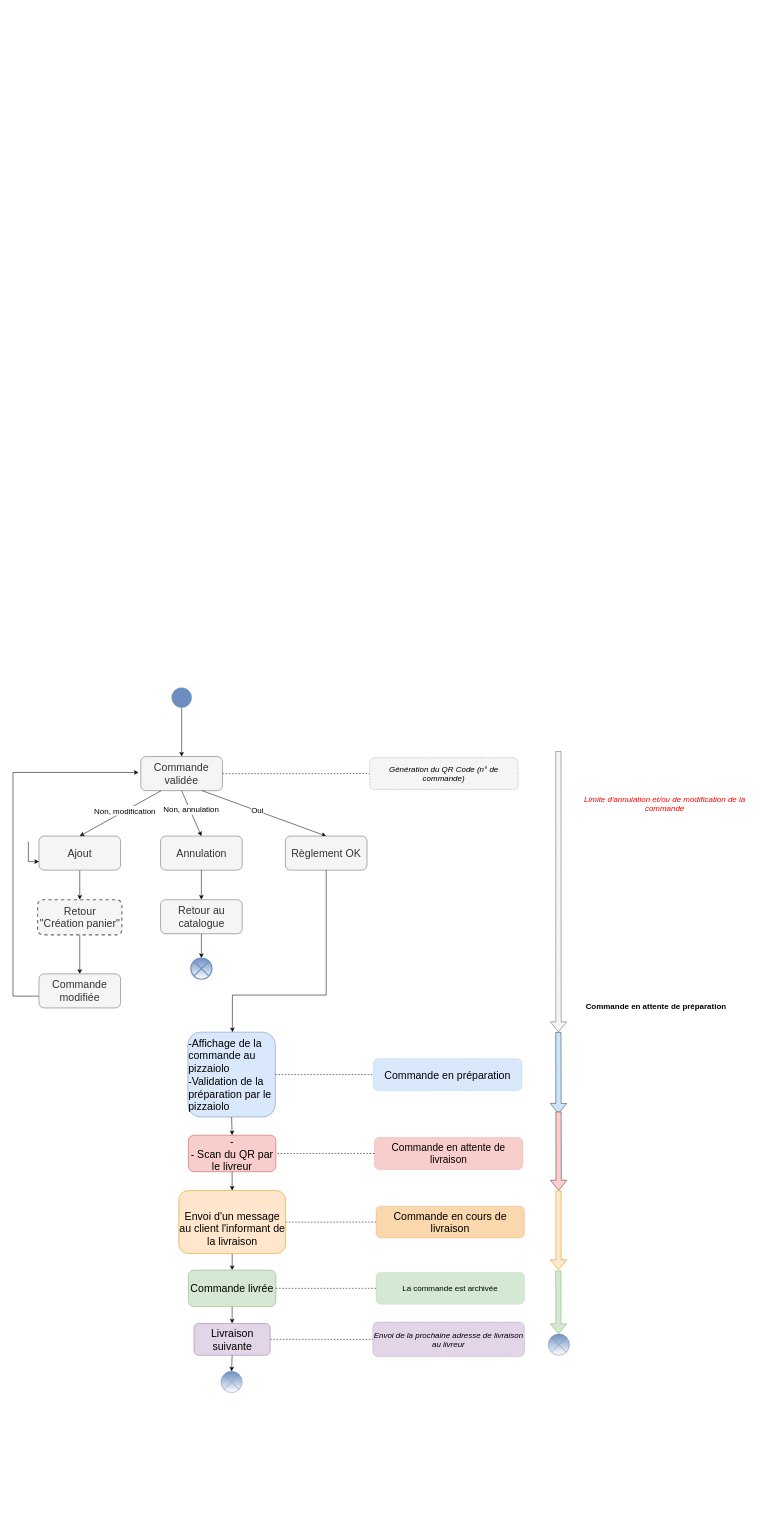
This is Client/Modif/Annulation.drawio from OMorlotti/P4-analyser-les-besoin-de-mon-client-pour-son-groupe-de-pizzerias, a draw.io file, before an edit. Source tidied: cells renumbered, new cells numbered last; positions are measured from the earlier drawing's top-left corner, leaving out a move shared by most shapes. Both pictures are drawn from the tidied source at 53%, with x=0, y=0 at pixel (13, 9).
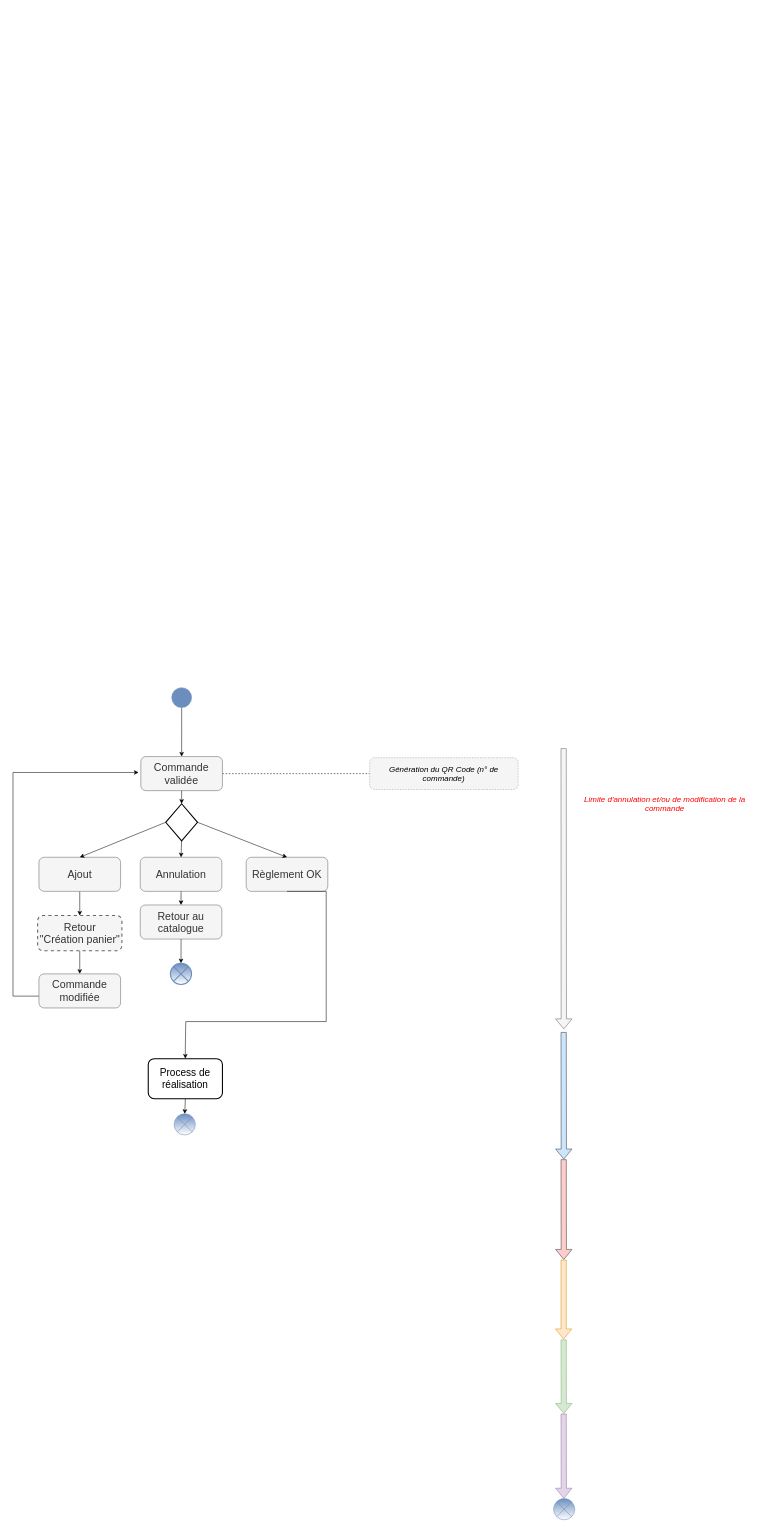
After the change.

The change refers to these unchanged cells:
```xml
<mxCell id="3" value="&lt;font style=&quot;font-size: 20px&quot;&gt;Commande validée&lt;/font&gt;" style="rounded=1;whiteSpace=wrap;html=1;direction=north;fillColor=#f5f5f5;strokeColor=#666666;fontColor=#333333;" parent="1" vertex="1">
  <mxGeometry x="241.2" y="1410" width="154" height="64.3" as="geometry" />
</mxCell>
```

What changed in the source:
```diff
@@
-    <mxCell id="4" value="&lt;div style=&quot;text-align: left&quot;&gt;&lt;span style=&quot;font-size: 20px&quot;&gt;-Affichage de la commande au pizzaiolo&lt;/span&gt;&lt;/div&gt;&lt;font style=&quot;font-size: 20px&quot;&gt;&lt;div style=&quot;text-align: left&quot;&gt;&lt;span&gt;-Validation de la préparation par le pizzaiolo&lt;/span&gt;&lt;/div&gt;&lt;/font&gt;" style="rounded=1;whiteSpace=wrap;html=1;direction=north;fillColor=#dae8fc;strokeColor=#6c8ebf;" parent="1" vertex="1">
-      <mxGeometry x="330" y="1930" width="165" height="160" as="geometry" />
-    </mxCell>
-    <mxCell id="5" value="&lt;span style=&quot;font-size: 20px&quot;&gt;-&lt;br&gt;- Scan du QR par le livreur&lt;br&gt;&lt;/span&gt;" style="rounded=1;whiteSpace=wrap;html=1;direction=north;fillColor=#f8cecc;strokeColor=#b85450;" parent="1" vertex="1">
-      <mxGeometry x="331" y="2124.4" width="165" height="68.9" as="geometry" />
-    </mxCell>
-    <mxCell id="6" style="edgeStyle=orthogonalEdgeStyle;rounded=0;jettySize=auto;html=1;startArrow=none;startFill=0;endArrow=classic;endFill=1;strokeWidth=1;" parent="1" edge="1" source="8" target="10">
-      <mxGeometry relative="1" as="geometry" />
-    </mxCell>
-    <mxCell id="7" style="edgeStyle=orthogonalEdgeStyle;rounded=1;jettySize=auto;html=1;startArrow=none;startFill=0;endArrow=none;endFill=0;entryX=0.5;entryY=0;entryDx=0;entryDy=0;dashed=1;" parent="1" edge="1" source="8" target="27">
-      <mxGeometry relative="1" as="geometry" />
-    </mxCell>
-    <mxCell id="8" value="&lt;font style=&quot;font-size: 20px&quot;&gt;&lt;br style=&quot;color: rgb(0 , 0 , 0) ; font-family: &amp;#34;helvetica&amp;#34; ; font-style: normal ; font-weight: 400 ; letter-spacing: normal ; text-align: center ; text-indent: 0px ; text-transform: none ; word-spacing: 0px&quot;&gt;&lt;span style=&quot;color: rgb(0 , 0 , 0) ; font-family: &amp;#34;helvetica&amp;#34; ; font-style: normal ; font-weight: 400 ; letter-spacing: normal ; text-align: center ; text-indent: 0px ; text-transform: none ; word-spacing: 0px ; display: inline ; float: none&quot;&gt;Envoi d'un message au client l'informant de la livraison&lt;/span&gt;&lt;/font&gt;" style="rounded=1;whiteSpace=wrap;html=1;direction=north;fillColor=#ffe6cc;strokeColor=#d79b00;" parent="1" vertex="1">
-      <mxGeometry x="312.8" y="2228.9" width="201.5" height="118.9" as="geometry" />
-    </mxCell>
-    <mxCell id="9" style="edgeStyle=orthogonalEdgeStyle;rounded=0;jettySize=auto;html=1;" parent="1" edge="1" source="10" target="12">
-      <mxGeometry relative="1" as="geometry" />
-    </mxCell>
-    <mxCell id="10" value="&lt;span style=&quot;font-size: 20px&quot;&gt;Commande livrée&lt;/span&gt;" style="rounded=1;whiteSpace=wrap;html=1;direction=north;fillColor=#d5e8d4;strokeColor=#82b366;" parent="1" vertex="1">
-      <mxGeometry x="331" y="2378.9" width="165" height="68.9" as="geometry" />
-    </mxCell>
-    <mxCell id="11" style="edgeStyle=orthogonalEdgeStyle;rounded=0;jettySize=auto;html=1;dashed=1;endArrow=none;endFill=0;" parent="1" edge="1" source="12" target="13">
-      <mxGeometry relative="1" as="geometry" />
-    </mxCell>
-    <mxCell id="12" value="&lt;span style=&quot;font-size: 20px&quot;&gt;Livraison suivante&lt;/span&gt;" style="rounded=1;whiteSpace=wrap;html=1;direction=north;fillColor=#e1d5e7;strokeColor=#9673a6;" parent="1" vertex="1">
-      <mxGeometry x="341.6" y="2479.6" width="143.7" height="60" as="geometry" />
-    </mxCell>
-    <mxCell id="13" value="&lt;font style=&quot;font-size: 15px&quot;&gt;&lt;i&gt;Envoi de la prochaine adresse de livraison au livreur&lt;/i&gt;&lt;/font&gt;" style="rounded=1;whiteSpace=wrap;html=1;direction=north;fillColor=#e1d5e7;strokeColor=#9673a6;dashed=1;dashPattern=1 1;" parent="1" vertex="1">
-      <mxGeometry x="679" y="2477" width="286" height="65.1" as="geometry" />
-    </mxCell>
@@
     <mxCell id="15" style="shape=flexArrow;endArrow=classic;html=1;fillColor=#cce5ff;strokeColor=#36393d;" parent="1" edge="1">
       <mxGeometry relative="1" as="geometry">
-        <mxPoint x="1029" y="1930" as="sourcePoint" />
-        <mxPoint x="1029.3" y="2084" as="targetPoint" />
+        <mxPoint x="1039" y="1930" as="sourcePoint" />
+        <mxPoint x="1039.3" y="2170" as="targetPoint" />
       </mxGeometry>
     </mxCell>
-    <mxCell id="16" value="&lt;font style=&quot;font-size: 15px&quot;&gt;Commande en attente de préparation&lt;/font&gt;" style="text;html=1;align=center;verticalAlign=middle;labelBackgroundColor=#ffffff;rotation=0;fontStyle=1;" parent="15" vertex="1">
-      <mxGeometry x="-0.73" y="4" relative="1" as="geometry">
-        <mxPoint x="179" y="-70" as="offset" />
-      </mxGeometry>
-    </mxCell>
     <mxCell id="17" style="shape=flexArrow;endArrow=classic;html=1;fillColor=#f5f5f5;strokeColor=#666666;" parent="1" edge="1">
       <mxGeometry relative="1" as="geometry">
-        <mxPoint x="1029" y="1400" as="sourcePoint" />
-        <mxPoint x="1029.3" y="1930" as="targetPoint" />
+        <mxPoint x="1039" y="1394.4" as="sourcePoint" />
+        <mxPoint x="1039.3" y="1924.4" as="targetPoint" />
       </mxGeometry>
     </mxCell>
     <mxCell id="18" style="shape=flexArrow;endArrow=classic;html=1;fillColor=#ffcccc;strokeColor=#36393d;" parent="1" edge="1">
       <mxGeometry relative="1" as="geometry">
-        <mxPoint x="1029.3" y="2080" as="sourcePoint" />
-        <mxPoint x="1029.6" y="2228.9" as="targetPoint" />
+        <mxPoint x="1039" y="2170" as="sourcePoint" />
+        <mxPoint x="1039.3" y="2359.4" as="targetPoint" />
       </mxGeometry>
     </mxCell>
     <mxCell id="19" style="shape=flexArrow;endArrow=classic;html=1;fillColor=#ffe6cc;strokeColor=#d79b00;" parent="1" edge="1">
       <mxGeometry relative="1" as="geometry">
-        <mxPoint x="1029.3" y="2228.9" as="sourcePoint" />
-        <mxPoint x="1029.3" y="2378.9" as="targetPoint" />
+        <mxPoint x="1039" y="2359.4" as="sourcePoint" />
+        <mxPoint x="1039" y="2509.4" as="targetPoint" />
       </mxGeometry>
     </mxCell>
     <mxCell id="20" style="shape=flexArrow;endArrow=classic;html=1;fillColor=#d5e8d4;strokeColor=#82b366;" parent="1" edge="1">
       <mxGeometry relative="1" as="geometry">
-        <mxPoint x="1029" y="2380" as="sourcePoint" />
-        <mxPoint x="1029.3" y="2499.6" as="targetPoint" />
+        <mxPoint x="1039" y="2510" as="sourcePoint" />
+        <mxPoint x="1039.3" y="2650" as="targetPoint" />
       </mxGeometry>
     </mxCell>
@@
     <mxCell id="23" style="shape=sumEllipse;perimeter=ellipsePerimeter;whiteSpace=wrap;html=1;backgroundOutline=1;fillColor=#6C8EBF;gradientColor=#ffffff;strokeColor=#6C8EBF;" parent="1" vertex="1">
-      <mxGeometry x="392.5" y="2570" width="40" height="40" as="geometry" />
+      <mxGeometry x="304.1" y="2084" width="40" height="40" as="geometry" />
     </mxCell>
-    <mxCell id="24" value="&lt;span style=&quot;font-size: 20px&quot;&gt;Commande en préparation&lt;/span&gt;" style="rounded=1;whiteSpace=wrap;html=1;direction=north;fillColor=#dae8fc;strokeColor=#6c8ebf;dashed=1;dashPattern=1 2;" parent="1" vertex="1">
-      <mxGeometry x="680" y="1980" width="280" height="60" as="geometry" />
-    </mxCell>
-    <mxCell id="25" value="&lt;font style=&quot;font-size: 19px&quot;&gt;Commande en attente de livraison&lt;br&gt;&lt;/font&gt;" style="rounded=1;whiteSpace=wrap;html=1;direction=north;fillColor=#f8cecc;strokeColor=#b85450;dashed=1;dashPattern=1 2;" parent="1" vertex="1">
-      <mxGeometry x="682" y="2128.9" width="280" height="60" as="geometry" />
-    </mxCell>
-    <mxCell id="26" style="endArrow=classic;html=1;entryX=0.5;entryY=0;entryDx=0;entryDy=0;exitX=0;exitY=0.5;exitDx=0;exitDy=0;" parent="1" edge="1" source="12" target="23">
-      <mxGeometry relative="1" as="geometry" />
-    </mxCell>
-    <mxCell id="27" value="&lt;font&gt;&lt;font style=&quot;font-size: 20px&quot;&gt;Commande en cours de livraison&lt;/font&gt;&lt;br&gt;&lt;/font&gt;" style="rounded=1;whiteSpace=wrap;html=1;direction=north;fillColor=#fad7ac;strokeColor=#b46504;dashed=1;dashPattern=1 2;" parent="1" vertex="1">
-      <mxGeometry x="685" y="2258.3" width="280" height="60" as="geometry" />
-    </mxCell>
-    <mxCell id="28" style="endArrow=none;html=1;entryX=0.5;entryY=0;entryDx=0;entryDy=0;exitX=0.5;exitY=1;exitDx=0;exitDy=0;dashed=1;" parent="1" edge="1" source="4" target="24">
-      <mxGeometry relative="1" as="geometry" />
-    </mxCell>
-    <mxCell id="29" style="endArrow=none;html=1;dashed=1;entryX=0.5;entryY=1;entryDx=0;entryDy=0;exitX=0.5;exitY=0;exitDx=0;exitDy=0;" parent="1" edge="1" source="25" target="5">
-      <mxGeometry relative="1" as="geometry" />
-    </mxCell>
-    <mxCell id="30" value="&lt;font style=&quot;font-size: 15px&quot;&gt;La commande est archivée&lt;/font&gt;" style="rounded=1;whiteSpace=wrap;html=1;direction=north;fillColor=#d5e8d4;strokeColor=#82b366;dashed=1;dashPattern=1 2;" parent="1" vertex="1">
-      <mxGeometry x="685" y="2383.3" width="280" height="60" as="geometry" />
-    </mxCell>
-    <mxCell id="31" style="endArrow=classic;html=1;entryX=1;entryY=0.5;entryDx=0;entryDy=0;exitX=0;exitY=0.5;exitDx=0;exitDy=0;" parent="1" edge="1" source="4" target="5">
-      <mxGeometry relative="1" as="geometry" />
-    </mxCell>
-    <mxCell id="32" style="endArrow=classic;html=1;entryX=1;entryY=0.5;entryDx=0;entryDy=0;exitX=0;exitY=0.5;exitDx=0;exitDy=0;" parent="1" edge="1" source="5" target="8">
-      <mxGeometry relative="1" as="geometry" />
-    </mxCell>
-    <mxCell id="33" style="endArrow=none;html=1;entryX=0.5;entryY=0;entryDx=0;entryDy=0;exitX=0.5;exitY=1;exitDx=0;exitDy=0;dashed=1;rounded=0;" parent="1" edge="1" source="10" target="30">
-      <mxGeometry relative="1" as="geometry" />
-    </mxCell>
     <mxCell id="34" style="shape=sumEllipse;perimeter=ellipsePerimeter;whiteSpace=wrap;html=1;backgroundOutline=1;fillColor=#6C8EBF;gradientColor=#ffffff;strokeColor=#6C8EBF;" parent="1" vertex="1">
-      <mxGeometry x="1010" y="2499.6" width="40" height="40" as="geometry" />
+      <mxGeometry x="1020" y="2810" width="40" height="40" as="geometry" />
     </mxCell>
@@
-    <mxCell id="37" style="endArrow=classic;html=1;exitX=0;exitY=0.75;exitDx=0;exitDy=0;entryX=1;entryY=0.5;entryDx=0;entryDy=0;" parent="1" edge="1" source="3" target="42">
-      <mxGeometry relative="1" as="geometry" />
-    </mxCell>
-    <mxCell id="38" value="&lt;font style=&quot;font-size: 15px&quot;&gt;Oui&lt;/font&gt;" style="edgeLabel;html=1;align=center;verticalAlign=middle;" parent="37" vertex="1">
-      <mxGeometry x="-0.31" y="1" relative="1" as="geometry">
-        <mxPoint x="22.4" y="7.2" as="offset" />
-      </mxGeometry>
-    </mxCell>
@@
-    <mxCell id="40" style="edgeStyle=orthogonalEdgeStyle;rounded=0;jettySize=auto;html=1;startArrow=classic;startFill=1;endArrow=none;endFill=0;exitX=0.25;exitY=0;exitDx=0;exitDy=0;" parent="1" edge="1" source="41">
-      <mxGeometry relative="1" as="geometry">
-        <mxPoint x="29" y="1570" as="targetPoint" />
-      </mxGeometry>
-    </mxCell>
     <mxCell id="41" value="&lt;font style=&quot;font-size: 20px&quot;&gt;Ajout&lt;/font&gt;" style="rounded=1;whiteSpace=wrap;html=1;direction=north;fillColor=#f5f5f5;strokeColor=#666666;fontColor=#333333;" parent="1" vertex="1">
-      <mxGeometry x="49" y="1560" width="154" height="64.3" as="geometry" />
+      <mxGeometry x="49" y="1600" width="154" height="64.3" as="geometry" />
     </mxCell>
     <mxCell id="42" value="&lt;font style=&quot;font-size: 20px&quot;&gt;Règlement OK&lt;/font&gt;" style="rounded=1;whiteSpace=wrap;html=1;direction=north;fillColor=#f5f5f5;strokeColor=#666666;fontColor=#333333;" parent="1" vertex="1">
-      <mxGeometry x="514" y="1560" width="154" height="64.3" as="geometry" />
+      <mxGeometry x="440" y="1600" width="154" height="64.3" as="geometry" />
     </mxCell>
@@
     <mxCell id="44" value="&lt;span style=&quot;font-size: 20px&quot;&gt;Retour&lt;br&gt;&quot;Création panier&quot;&lt;/span&gt;" style="rounded=1;whiteSpace=wrap;html=1;direction=north;fillColor=#f5f5f5;strokeColor=#666666;fontColor=#333333;dashed=1;strokeWidth=2;" parent="1" vertex="1">
-      <mxGeometry x="46.5" y="1680" width="159" height="66.4" as="geometry" />
+      <mxGeometry x="46.5" y="1710" width="159" height="66.4" as="geometry" />
     </mxCell>
     <mxCell id="45" value="&lt;font style=&quot;font-size: 20px&quot;&gt;Annulation&lt;/font&gt;" style="rounded=1;whiteSpace=wrap;html=1;direction=north;fillColor=#f5f5f5;strokeColor=#666666;fontColor=#333333;" parent="1" vertex="1">
-      <mxGeometry x="278.5" y="1560" width="154" height="64.3" as="geometry" />
+      <mxGeometry x="240.1" y="1600" width="154" height="64.3" as="geometry" />
     </mxCell>
-    <mxCell id="46" style="endArrow=none;html=1;entryX=0;entryY=0.25;entryDx=0;entryDy=0;exitX=1;exitY=0.5;exitDx=0;exitDy=0;endFill=0;startArrow=classic;startFill=1;" parent="1" edge="1" source="41" target="3">
-      <mxGeometry relative="1" as="geometry" />
-    </mxCell>
-    <mxCell id="47" value="&lt;font style=&quot;font-size: 15px&quot;&gt;Non, modification&lt;/font&gt;" style="edgeLabel;html=1;align=center;verticalAlign=middle;" parent="46" vertex="1">
-      <mxGeometry x="0.1" y="1" relative="1" as="geometry" />
-    </mxCell>
@@
     <mxCell id="52" value="&lt;font style=&quot;font-size: 20px&quot;&gt;Retour au catalogue&lt;/font&gt;" style="rounded=1;whiteSpace=wrap;html=1;direction=north;fillColor=#f5f5f5;strokeColor=#666666;fontColor=#333333;" parent="1" vertex="1">
-      <mxGeometry x="278.5" y="1680" width="154" height="64.3" as="geometry" />
+      <mxGeometry x="240.1" y="1690" width="154" height="64.3" as="geometry" />
     </mxCell>
-    <mxCell id="53" style="edgeStyle=orthogonalEdgeStyle;rounded=0;jettySize=auto;html=1;startArrow=classic;startFill=1;endArrow=none;endFill=0;entryX=0;entryY=0.5;entryDx=0;entryDy=0;" parent="1" edge="1" source="4" target="42">
+    <mxCell id="53" style="edgeStyle=orthogonalEdgeStyle;rounded=0;jettySize=auto;html=1;startArrow=classic;startFill=1;endArrow=none;endFill=0;entryX=0;entryY=0.5;entryDx=0;entryDy=0;exitX=0.5;exitY=0;exitDx=0;exitDy=0;" parent="1" edge="1" source="63" target="42">
       <mxGeometry relative="1" as="geometry">
         <Array as="points">
-          <mxPoint x="414" y="1860" />
-          <mxPoint x="591" y="1860" />
+          <mxPoint x="326" y="1960" />
+          <mxPoint x="326" y="1910" />
+          <mxPoint x="591" y="1910" />
+          <mxPoint x="591" y="1664" />
         </Array>
       </mxGeometry>
     </mxCell>
     <mxCell id="54" style="shape=sumEllipse;perimeter=ellipsePerimeter;whiteSpace=wrap;html=1;backgroundOutline=1;strokeColor=#6C8EBF;strokeWidth=2;fillColor=#6C8EBF;gradientColor=#ffffff;" parent="1" vertex="1">
-      <mxGeometry x="335.5" y="1790" width="40" height="40" as="geometry" />
+      <mxGeometry x="297" y="1800" width="40" height="40" as="geometry" />
     </mxCell>
-    <mxCell id="55" style="endArrow=classic;html=1;exitX=0;exitY=0.5;exitDx=0;exitDy=0;entryX=1;entryY=0.5;entryDx=0;entryDy=0;" parent="1" edge="1" source="3" target="45">
-      <mxGeometry relative="1" as="geometry" />
-    </mxCell>
-    <mxCell id="56" value="&lt;font style=&quot;font-size: 15px&quot;&gt;Non, annulation&lt;/font&gt;" style="edgeLabel;html=1;align=center;verticalAlign=middle;" parent="55" vertex="1">
-      <mxGeometry x="-0.55" y="-4" relative="1" as="geometry">
-        <mxPoint x="12.4" y="14.5" as="offset" />
-      </mxGeometry>
-    </mxCell>
+    <mxCell id="57" style="shape=flexArrow;endArrow=classic;html=1;fillColor=#e1d5e7;strokeColor=#9673a6;" parent="1" edge="1">
+      <mxGeometry relative="1" as="geometry">
+        <mxPoint x="1039" y="2650" as="sourcePoint" />
+        <mxPoint x="1039.3" y="2810" as="targetPoint" />
+      </mxGeometry>
+    </mxCell>
+    <mxCell id="58" style="endArrow=classic;html=1;entryX=1;entryY=0.5;entryDx=0;entryDy=0;exitX=0;exitY=0.5;exitDx=0;exitDy=0;" parent="1" edge="1" source="59" target="41">
+      <mxGeometry relative="1" as="geometry" />
+    </mxCell>
+    <mxCell id="59" style="rhombus;whiteSpace=wrap;html=1;strokeColor=#000000;strokeWidth=2;fillColor=#FFFFFF;gradientColor=#ffffff;rotation=0;" parent="1" vertex="1">
+      <mxGeometry x="288.2" y="1499" width="60" height="70" as="geometry" />
+    </mxCell>
+    <mxCell id="60" style="endArrow=classic;html=1;exitX=0.5;exitY=1;exitDx=0;exitDy=0;entryX=1;entryY=0.5;entryDx=0;entryDy=0;" parent="1" edge="1" source="59" target="45">
+      <mxGeometry relative="1" as="geometry" />
+    </mxCell>
+    <mxCell id="61" style="endArrow=classic;html=1;entryX=1;entryY=0.5;entryDx=0;entryDy=0;exitX=1;exitY=0.5;exitDx=0;exitDy=0;" parent="1" edge="1" source="59" target="42">
+      <mxGeometry relative="1" as="geometry" />
+    </mxCell>
+    <mxCell id="62" style="endArrow=classic;html=1;entryX=0.5;entryY=0;entryDx=0;entryDy=0;exitX=0;exitY=0.5;exitDx=0;exitDy=0;" parent="1" edge="1" source="3" target="59">
+      <mxGeometry relative="1" as="geometry" />
+    </mxCell>
+    <mxCell id="63" value="&lt;font style=&quot;font-size: 19px&quot;&gt;Process de réalisation&lt;/font&gt;" style="rounded=1;whiteSpace=wrap;html=1;strokeColor=#000000;strokeWidth=2;fillColor=#FFFFFF;gradientColor=#ffffff;" parent="1" vertex="1">
+      <mxGeometry x="255.2" y="1980" width="140" height="75.6" as="geometry" />
+    </mxCell>
+    <mxCell id="64" style="endArrow=classic;html=1;entryX=0.5;entryY=0;entryDx=0;entryDy=0;exitX=0.5;exitY=1;exitDx=0;exitDy=0;" parent="1" edge="1" source="63" target="23">
+      <mxGeometry relative="1" as="geometry" />
+    </mxCell>
```
